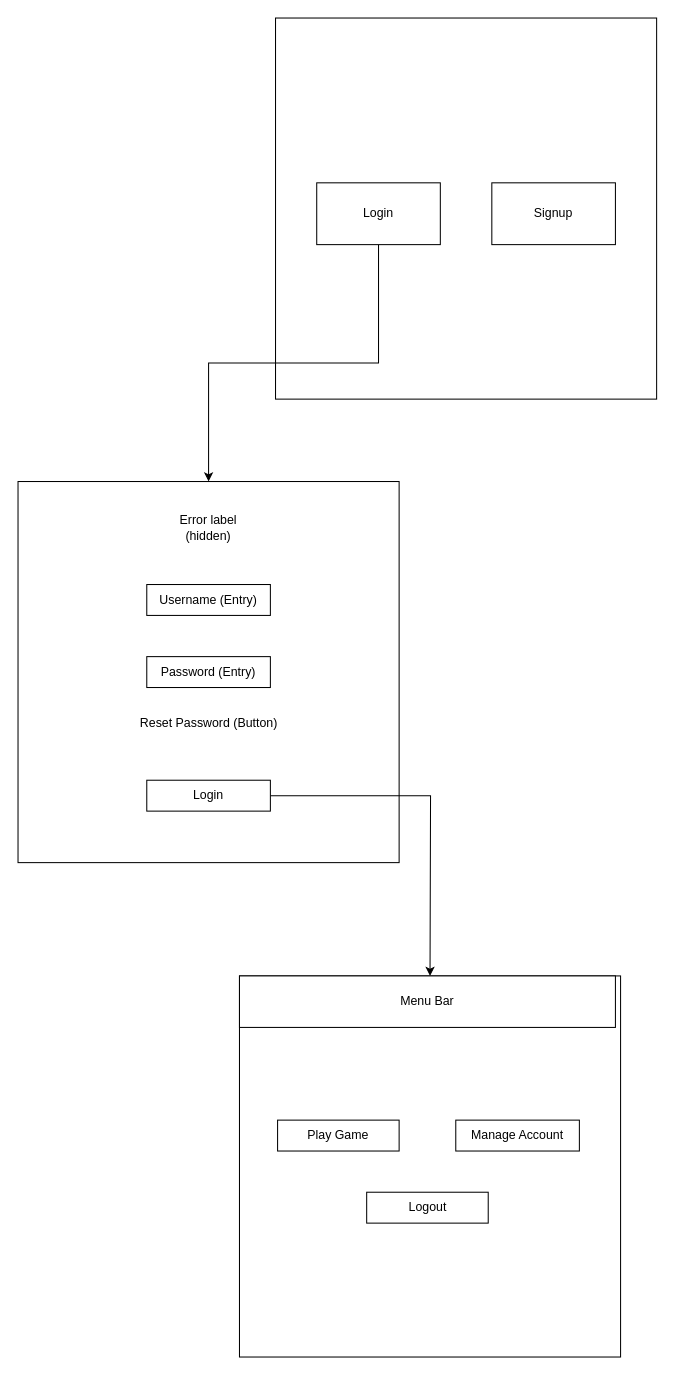
Earlier version of the draw.io diagram Tk-Python-Casino.drawio (moffd234/TK-Python-Casino). Source tidied: cells renumbered, new cells numbered last; positions are measured from the earlier drawing's top-left corner, leaving out a move shared by most shapes. Both pictures are drawn from the tidied source at 103%, with x=0, y=0 at pixel (18, 18).
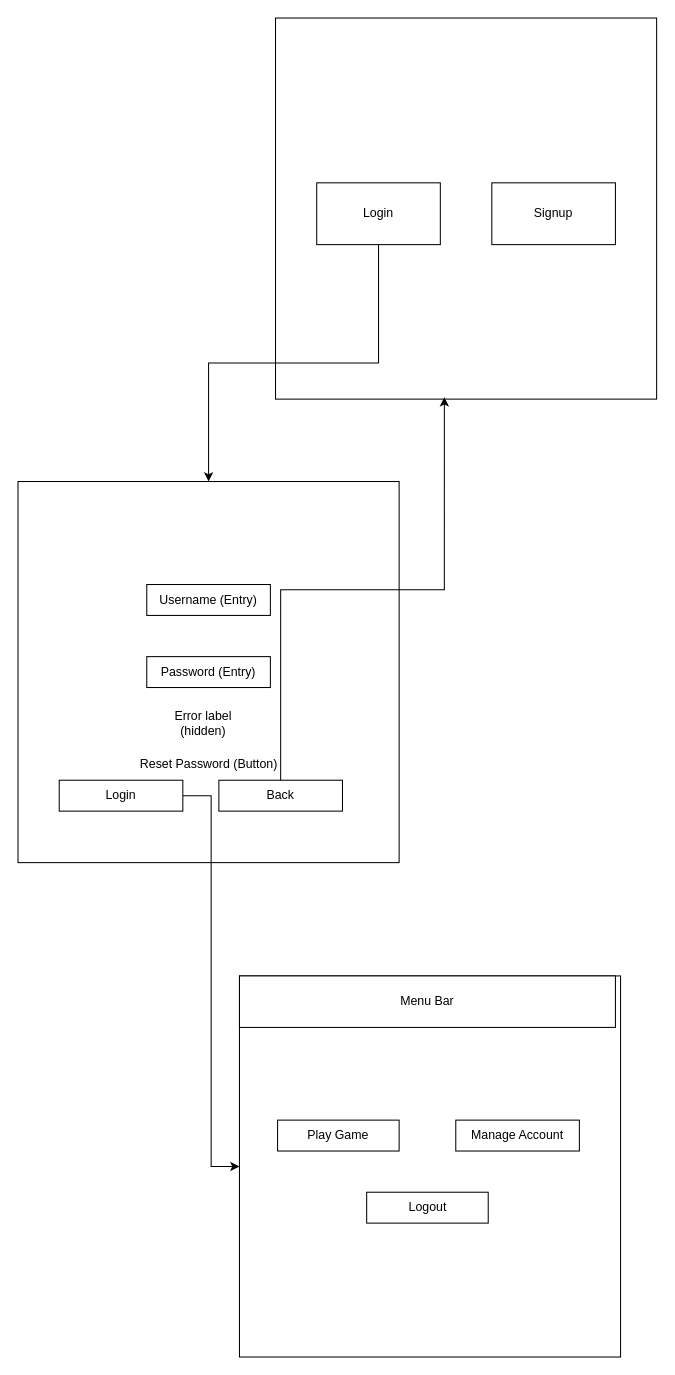
After the change.

Diff of the diagram source:
```diff
@@
 <mxGraphModel>
   <root>
     <mxCell id="0" />
     <mxCell id="1" parent="0" />
     <mxCell id="2" style="whiteSpace=wrap;html=1;" parent="1" vertex="1">
       <mxGeometry x="250" width="370" height="370" as="geometry" />
     </mxCell>
     <mxCell id="3" style="edgeStyle=orthogonalEdgeStyle;rounded=0;jettySize=auto;html=1;" parent="1" edge="1" source="4" target="6">
       <mxGeometry relative="1" as="geometry" />
     </mxCell>
     <mxCell id="4" value="Login" style="rounded=0;whiteSpace=wrap;html=1;" parent="1" vertex="1">
       <mxGeometry x="290" y="160" width="120" height="60" as="geometry" />
     </mxCell>
     <mxCell id="5" value="Signup" style="rounded=0;whiteSpace=wrap;html=1;" parent="1" vertex="1">
       <mxGeometry x="460" y="160" width="120" height="60" as="geometry" />
     </mxCell>
     <mxCell id="6" style="whiteSpace=wrap;html=1;" parent="1" vertex="1">
       <mxGeometry y="450" width="370" height="370" as="geometry" />
     </mxCell>
     <mxCell id="7" value="Username (Entry)" style="rounded=0;whiteSpace=wrap;html=1;" parent="1" vertex="1">
       <mxGeometry x="125" y="550" width="120" height="30" as="geometry" />
     </mxCell>
     <mxCell id="8" value="Password (Entry)" style="rounded=0;whiteSpace=wrap;html=1;" parent="1" vertex="1">
       <mxGeometry x="125" y="620" width="120" height="30" as="geometry" />
     </mxCell>
     <mxCell id="9" value="Reset Password (Button)" style="text;html=1;align=center;verticalAlign=middle;whiteSpace=wrap;rounded=0;" parent="1" vertex="1">
-      <mxGeometry x="97.5" y="670" width="175" height="30" as="geometry" />
+      <mxGeometry x="97.5" y="710" width="175" height="30" as="geometry" />
     </mxCell>
-    <mxCell id="10" style="edgeStyle=orthogonalEdgeStyle;rounded=0;jettySize=auto;html=1;" parent="1" edge="1" source="11">
-      <mxGeometry relative="1" as="geometry">
-        <mxPoint x="400" y="930" as="targetPoint" />
-      </mxGeometry>
-    </mxCell>
+    <mxCell id="18" style="edgeStyle=orthogonalEdgeStyle;rounded=0;jettySize=auto;html=1;entryX=0;entryY=0.5;entryDx=0;entryDy=0;" parent="1" edge="1" source="11" target="13">
+      <mxGeometry relative="1" as="geometry" />
+    </mxCell>
     <mxCell id="11" value="Login" style="rounded=0;whiteSpace=wrap;html=1;" parent="1" vertex="1">
-      <mxGeometry x="125" y="740" width="120" height="30" as="geometry" />
+      <mxGeometry x="40" y="740" width="120" height="30" as="geometry" />
     </mxCell>
     <mxCell id="12" value="Error label (hidden)" style="text;html=1;align=center;verticalAlign=middle;whiteSpace=wrap;rounded=0;" parent="1" vertex="1">
-      <mxGeometry x="155" y="480" width="60" height="30" as="geometry" />
+      <mxGeometry x="150" y="670" width="60" height="30" as="geometry" />
     </mxCell>
     <mxCell id="13" style="whiteSpace=wrap;html=1;" parent="1" vertex="1">
       <mxGeometry x="215" y="930" width="370" height="370" as="geometry" />
     </mxCell>
     <mxCell id="14" value="Menu Bar" style="rounded=0;whiteSpace=wrap;html=1;" parent="1" vertex="1">
       <mxGeometry x="215" y="930" width="365" height="50" as="geometry" />
     </mxCell>
     <mxCell id="15" value="Play Game" style="rounded=0;whiteSpace=wrap;html=1;" parent="1" vertex="1">
       <mxGeometry x="252" y="1070" width="118" height="30" as="geometry" />
     </mxCell>
     <mxCell id="16" value="Manage Account" style="rounded=0;whiteSpace=wrap;html=1;" parent="1" vertex="1">
       <mxGeometry x="425" y="1070" width="120" height="30" as="geometry" />
     </mxCell>
     <mxCell id="17" value="Logout" style="rounded=0;whiteSpace=wrap;html=1;" parent="1" vertex="1">
       <mxGeometry x="338.5" y="1140" width="118" height="30" as="geometry" />
     </mxCell>
+    <mxCell id="19" value="Back" style="rounded=0;whiteSpace=wrap;html=1;" parent="1" vertex="1">
+      <mxGeometry x="195" y="740" width="120" height="30" as="geometry" />
+    </mxCell>
+    <mxCell id="20" style="edgeStyle=orthogonalEdgeStyle;rounded=0;jettySize=auto;html=1;entryX=0.443;entryY=0.995;entryDx=0;entryDy=0;entryPerimeter=0;" parent="1" edge="1" source="19" target="2">
+      <mxGeometry relative="1" as="geometry" />
+    </mxCell>
   </root>
 </mxGraphModel>
```
